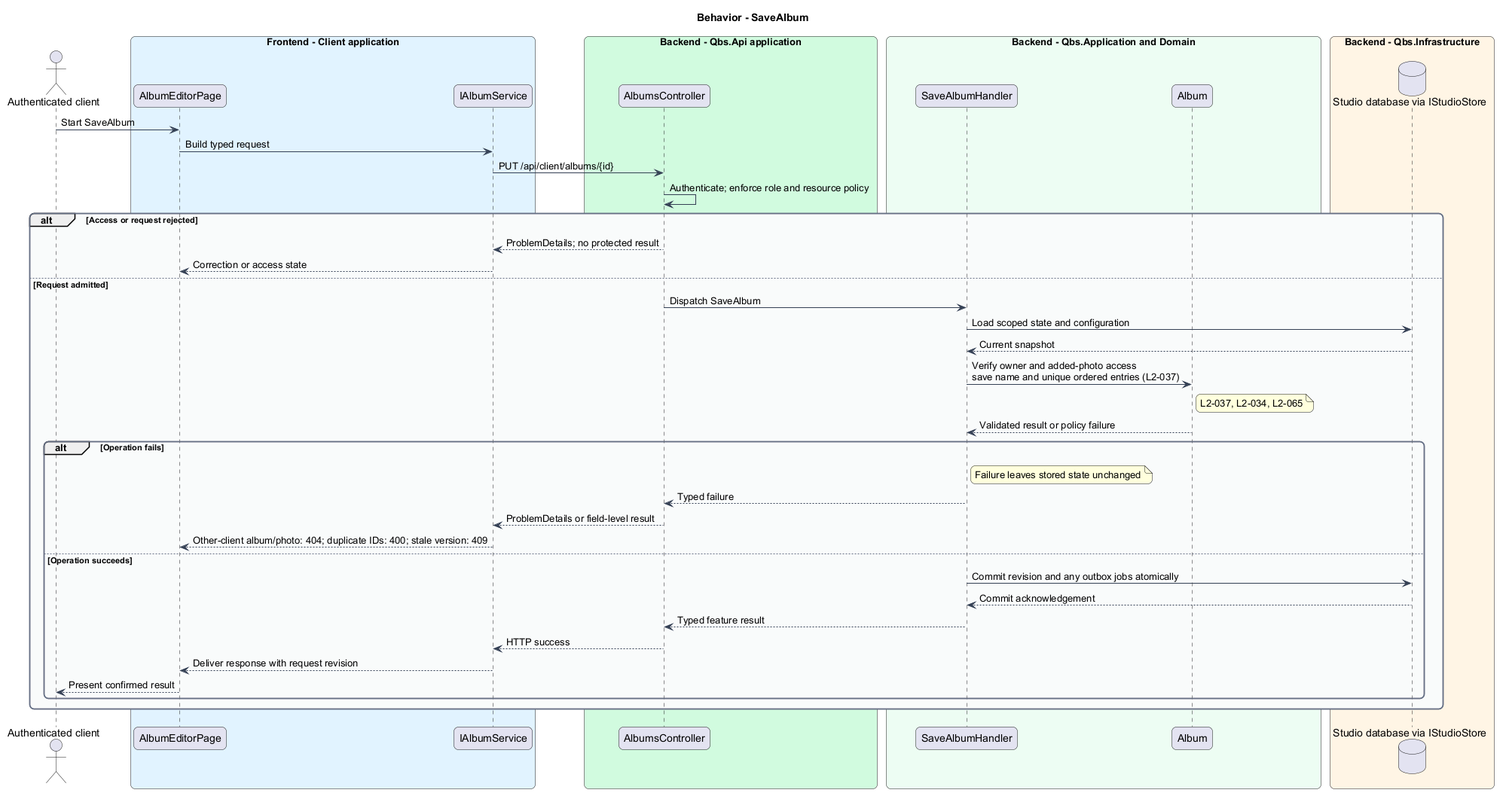
Before: docs/detailed-designs/prints-and-albums/create-and-edit-albums/diagrams/sequence-save-album.png, a diagram exported from PlantUML (QuinntyneBrown/quinntyne-brown-studio).
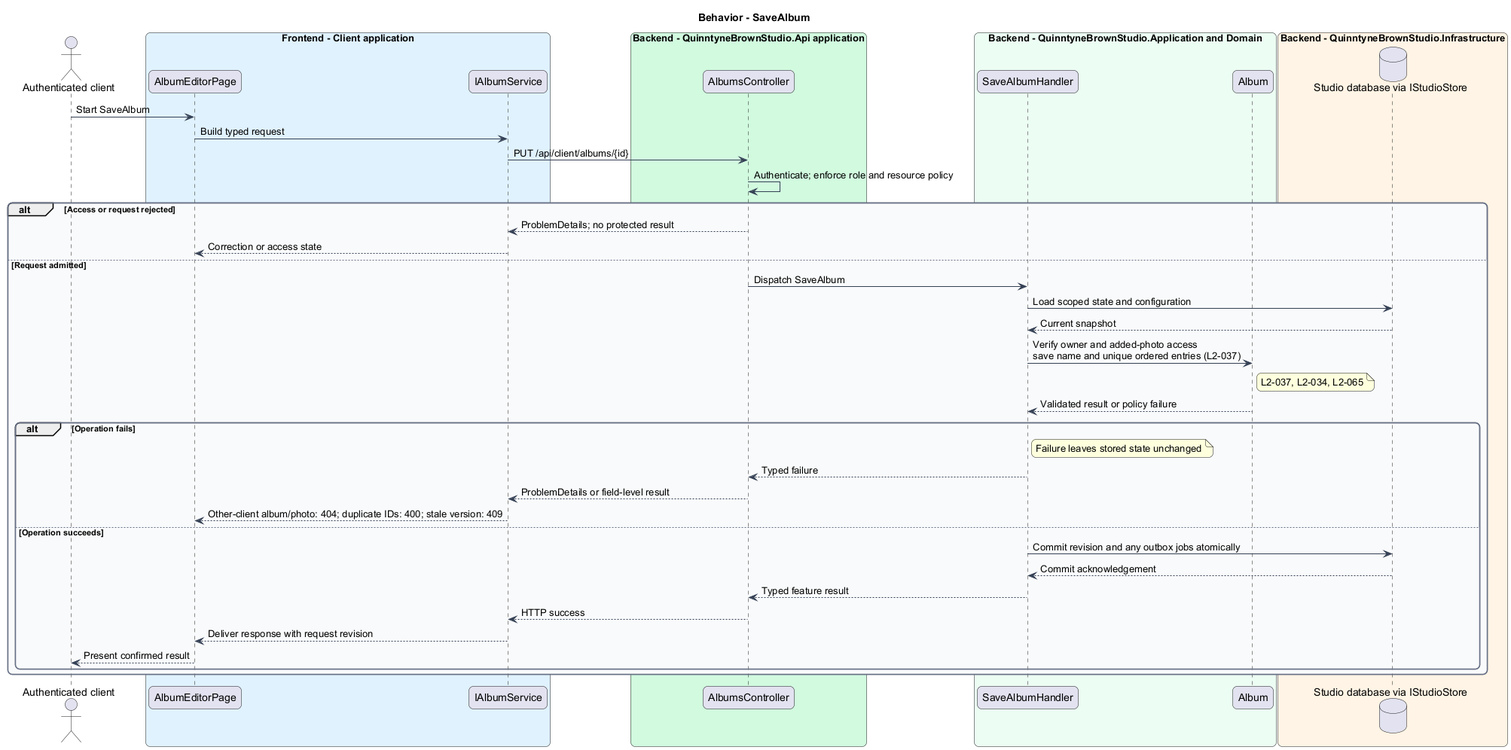
After the commit.

What changed in the source:
```diff
@@ -19,14 +19,14 @@
  participant "AlbumEditorPage" as page
  participant "IAlbumService" as client
 end box
-box "Backend - Qbs.Api application" #D1FADF
+box "Backend - QuinntyneBrownStudio.Api application" #D1FADF
  participant "AlbumsController" as controller
 end box
-box "Backend - Qbs.Application and Domain" #ECFDF3
+box "Backend - QuinntyneBrownStudio.Application and Domain" #ECFDF3
  participant "SaveAlbumHandler" as handler
  participant "Album" as entity
 end box
-box "Backend - Qbs.Infrastructure" #FFF4E5
+box "Backend - QuinntyneBrownStudio.Infrastructure" #FFF4E5
  database "Studio database via IStudioStore" as db
 end box
 actor -> page : Start SaveAlbum
```
